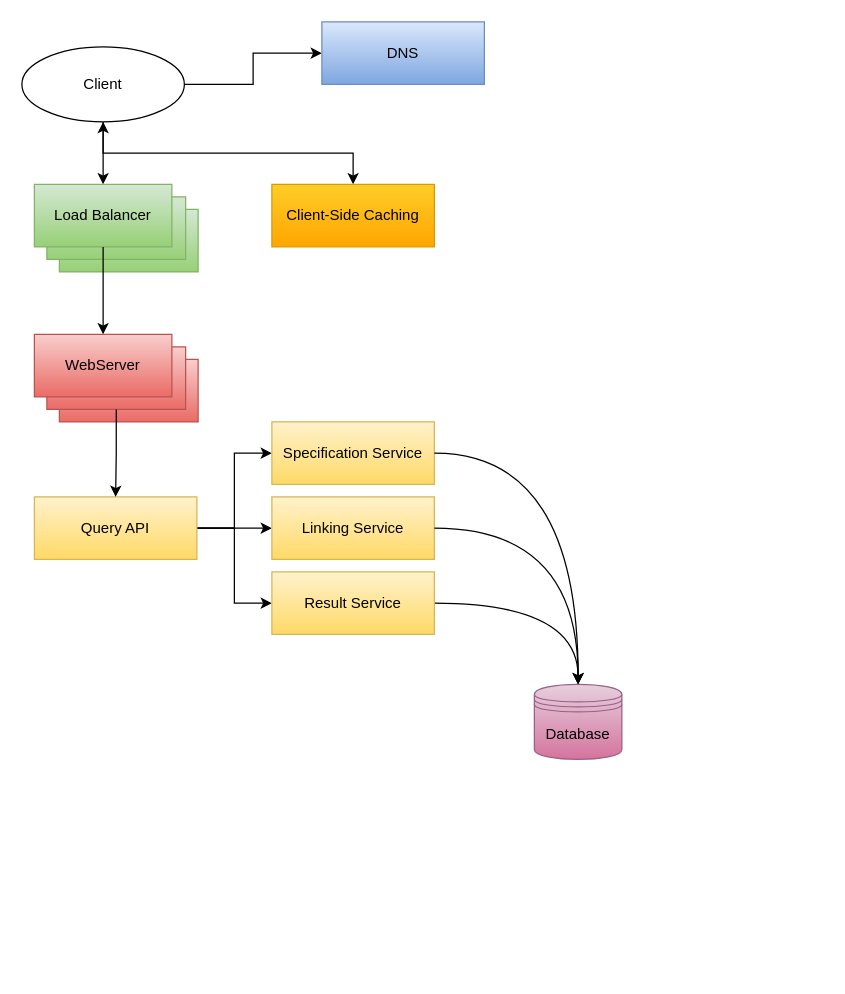
The draw.io diagram Complete.drawio in JienYang91/Keysight-Assessment, before the edit. Source tidied: cells renumbered, new cells numbered last; positions are measured from the earlier drawing's top-left corner, leaving out a move shared by most shapes. Both pictures are drawn from the tidied source at 125%, with x=0, y=0 at pixel (21, 21).
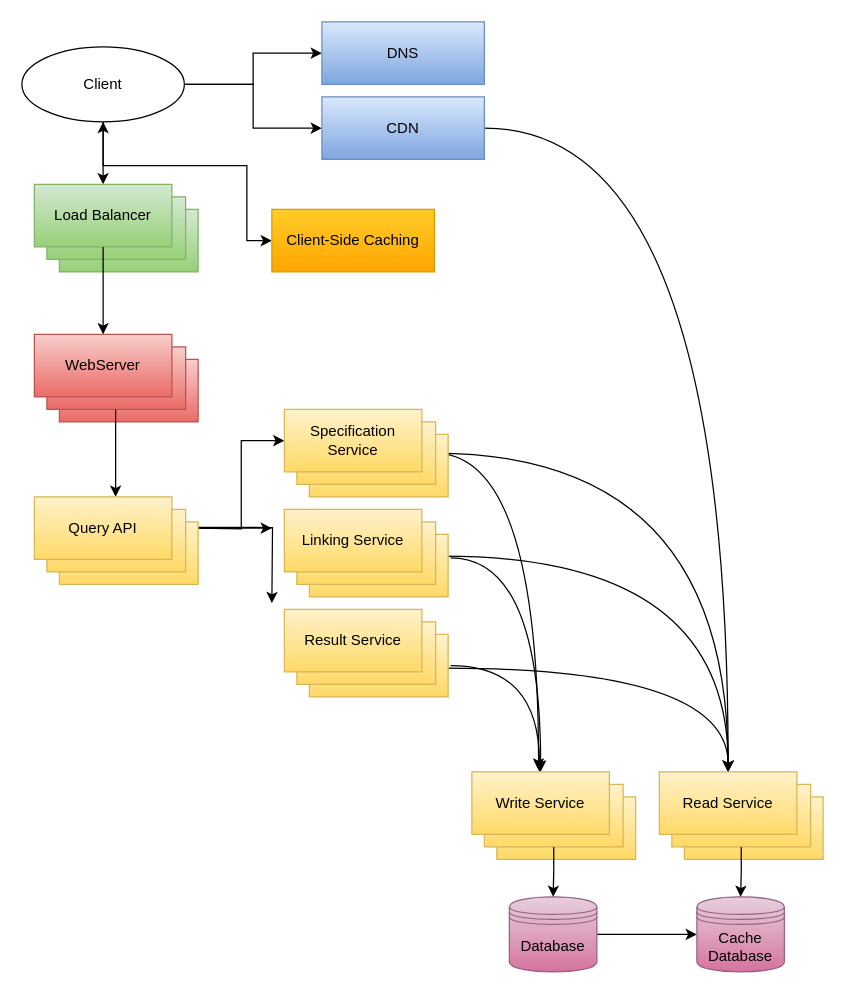
The same page after the edit.

The change refers to these unchanged cells:
```xml
<mxCell id="5" value="Client" style="ellipse;whiteSpace=wrap;html=1;align=center;" parent="1" vertex="1">
  <mxGeometry y="20" width="130" height="60" as="geometry" />
</mxCell>
<mxCell id="19" style="verticalLabelPosition=bottom;verticalAlign=top;html=1;shape=mxgraph.basic.rect;fillColor2=none;strokeWidth=1;size=20;indent=5;fillColor=#f8cecc;strokeColor=#b85450;gradientColor=#ea6b66;" parent="17" vertex="1">
  <mxGeometry x="10" y="10" width="111" height="50" as="geometry" />
</mxCell>
```

Change to the diagram source:
```diff
@@
     <mxCell id="3" style="edgeStyle=orthogonalEdgeStyle;rounded=0;jettySize=auto;html=1;startArrow=classic;startFill=1;exitX=0.5;exitY=1;exitDx=0;exitDy=0;" parent="1" edge="1" source="5" target="25">
-      <mxGeometry relative="1" as="geometry" />
+      <mxGeometry relative="1" as="geometry">
+        <Array as="points">
+          <mxPoint x="65" y="115" />
+          <mxPoint x="180" y="115" />
+          <mxPoint x="180" y="175" />
+        </Array>
+      </mxGeometry>
     </mxCell>
@@
+    <mxCell id="31" style="edgeStyle=orthogonalEdgeStyle;rounded=0;jettySize=auto;html=1;entryX=0;entryY=0.5;entryDx=0;entryDy=0;" parent="1" edge="1" source="5" target="60">
+      <mxGeometry relative="1" as="geometry" />
+    </mxCell>
@@
+    <mxCell id="32" style="edgeStyle=orthogonalEdgeStyle;rounded=0;jettySize=auto;html=1;entryX=0;entryY=0.5;entryDx=0;entryDy=0;" parent="1" edge="1" source="6" target="33">
+      <mxGeometry relative="1" as="geometry" />
+    </mxCell>
     <mxCell id="6" value="Database" style="shape=datastore;whiteSpace=wrap;html=1;fillColor=#e6d0de;strokeColor=#996185;gradientColor=#d5739d;" parent="1" vertex="1">
-      <mxGeometry x="410" y="530" width="70" height="60" as="geometry" />
+      <mxGeometry x="390" y="700" width="70" height="60" as="geometry" />
     </mxCell>
@@
-    <mxCell id="12" style="edgeStyle=orthogonalEdgeStyle;rounded=0;jettySize=auto;html=1;exitX=1;exitY=0.5;exitDx=0;exitDy=0;entryX=0;entryY=0.5;entryDx=0;entryDy=0;" parent="1" edge="1" source="15" target="21">
-      <mxGeometry relative="1" as="geometry" />
+    <mxCell id="12" style="edgeStyle=orthogonalEdgeStyle;rounded=0;jettySize=auto;html=1;exitX=1;exitY=0.5;exitDx=0;exitDy=0;entryX=0;entryY=0.5;entryDx=0;entryDy=0;" parent="1" edge="1" target="21">
+      <mxGeometry relative="1" as="geometry">
+        <mxPoint x="140" y="405" as="sourcePoint" />
+      </mxGeometry>
     </mxCell>
-    <mxCell id="13" style="edgeStyle=orthogonalEdgeStyle;rounded=0;jettySize=auto;html=1;exitX=1;exitY=0.5;exitDx=0;exitDy=0;" parent="1" edge="1" source="15" target="24">
-      <mxGeometry relative="1" as="geometry" />
+    <mxCell id="13" style="edgeStyle=orthogonalEdgeStyle;rounded=0;orthogonalLoop=1;jettySize=auto;html=1;exitX=1;exitY=0.5;exitDx=0;exitDy=0;" parent="1" edge="1">
+      <mxGeometry relative="1" as="geometry">
+        <mxPoint x="140" y="405" as="sourcePoint" />
+        <mxPoint x="200" y="405" as="targetPoint" />
+      </mxGeometry>
     </mxCell>
-    <mxCell id="14" style="edgeStyle=orthogonalEdgeStyle;rounded=0;jettySize=auto;html=1;exitX=1;exitY=0.5;exitDx=0;exitDy=0;entryX=0;entryY=0.5;entryDx=0;entryDy=0;" parent="1" edge="1" source="15" target="23">
-      <mxGeometry relative="1" as="geometry" />
+    <mxCell id="14" style="edgeStyle=orthogonalEdgeStyle;rounded=0;jettySize=auto;html=1;exitX=0.982;exitY=0.089;exitDx=0;exitDy=0;entryX=0;entryY=0.5;entryDx=0;entryDy=0;exitPerimeter=0;" parent="1" edge="1" source="38">
+      <mxGeometry relative="1" as="geometry">
+        <mxPoint x="200" y="465" as="targetPoint" />
+      </mxGeometry>
     </mxCell>
-    <mxCell id="15" value="Query API" style="html=1;whiteSpace=wrap;fillColor=#fff2cc;gradientColor=#ffd966;strokeColor=#d6b656;" parent="1" vertex="1">
-      <mxGeometry x="10" y="380" width="130" height="50" as="geometry" />
-    </mxCell>
@@
-    <mxCell id="21" value="Specification Service" style="html=1;whiteSpace=wrap;fillColor=#fff2cc;gradientColor=#ffd966;strokeColor=#d6b656;" parent="1" vertex="1">
-      <mxGeometry x="200" y="320" width="130" height="50" as="geometry" />
-    </mxCell>
-    <mxCell id="22" style="edgeStyle=orthogonalEdgeStyle;rounded=0;jettySize=auto;html=1;entryX=0.5;entryY=0;entryDx=0;entryDy=0;curved=1;" parent="1" edge="1" source="23" target="6">
-      <mxGeometry relative="1" as="geometry" />
+    <mxCell id="22" style="edgeStyle=orthogonalEdgeStyle;rounded=0;jettySize=auto;html=1;curved=1;exitX=1.018;exitY=0.499;exitDx=0;exitDy=0;exitPerimeter=0;" parent="1" edge="1" source="47">
+      <mxGeometry relative="1" as="geometry">
+        <mxPoint x="414" y="600" as="targetPoint" />
+      </mxGeometry>
     </mxCell>
-    <mxCell id="23" value="Result Service" style="html=1;whiteSpace=wrap;fillColor=#fff2cc;gradientColor=#ffd966;strokeColor=#d6b656;" parent="1" vertex="1">
-      <mxGeometry x="200" y="440" width="130" height="50" as="geometry" />
-    </mxCell>
-    <mxCell id="24" value="Linking Service" style="html=1;whiteSpace=wrap;fillColor=#fff2cc;gradientColor=#ffd966;strokeColor=#d6b656;" parent="1" vertex="1">
-      <mxGeometry x="200" y="380" width="130" height="50" as="geometry" />
-    </mxCell>
     <mxCell id="25" value="Client-Side Caching" style="html=1;whiteSpace=wrap;fillColor=#ffcd28;gradientColor=#ffa500;strokeColor=#d79b00;" parent="1" vertex="1">
-      <mxGeometry x="200" y="130" width="130" height="50" as="geometry" />
+      <mxGeometry x="200" y="150" width="130" height="50" as="geometry" />
     </mxCell>
-    <mxCell id="26" style="edgeStyle=orthogonalEdgeStyle;rounded=0;jettySize=auto;html=1;entryX=0.5;entryY=0;entryDx=0;entryDy=0;" parent="1" edge="1" source="19" target="15">
-      <mxGeometry relative="1" as="geometry" />
+    <mxCell id="26" style="edgeStyle=orthogonalEdgeStyle;rounded=0;jettySize=auto;html=1;entryX=0.5;entryY=0;entryDx=0;entryDy=0;" parent="1" edge="1" source="19">
+      <mxGeometry relative="1" as="geometry">
+        <mxPoint x="75" y="380" as="targetPoint" />
+      </mxGeometry>
     </mxCell>
@@
-    <mxCell id="28" style="edgeStyle=orthogonalEdgeStyle;rounded=0;jettySize=auto;html=1;entryX=0.5;entryY=0;entryDx=0;entryDy=0;curved=1;exitX=1;exitY=0.5;exitDx=0;exitDy=0;" parent="1" edge="1" source="24" target="6">
+    <mxCell id="28" style="edgeStyle=orthogonalEdgeStyle;rounded=0;jettySize=auto;html=1;curved=1;exitX=1.018;exitY=0.375;exitDx=0;exitDy=0;exitPerimeter=0;" parent="1" edge="1" source="44" target="52">
       <mxGeometry relative="1" as="geometry" />
     </mxCell>
-    <mxCell id="29" style="edgeStyle=orthogonalEdgeStyle;rounded=0;jettySize=auto;html=1;entryX=0.5;entryY=0;entryDx=0;entryDy=0;curved=1;exitX=1;exitY=0.5;exitDx=0;exitDy=0;" parent="1" edge="1" source="21" target="6">
-      <mxGeometry relative="1" as="geometry" />
+    <mxCell id="29" style="edgeStyle=orthogonalEdgeStyle;rounded=0;jettySize=auto;html=1;entryX=0.485;entryY=-0.039;entryDx=0;entryDy=0;curved=1;exitX=1;exitY=0.5;exitDx=0;exitDy=0;entryPerimeter=0;" parent="1" edge="1" target="52">
+      <mxGeometry relative="1" as="geometry">
+        <mxPoint x="330" y="345" as="sourcePoint" />
+      </mxGeometry>
     </mxCell>
@@
+    <mxCell id="33" value="Cache Database" style="shape=datastore;whiteSpace=wrap;html=1;fillColor=#e6d0de;strokeColor=#996185;gradientColor=#d5739d;" parent="1" vertex="1">
+      <mxGeometry x="540" y="700" width="70" height="60" as="geometry" />
+    </mxCell>
+    <mxCell id="34" style="edgeStyle=orthogonalEdgeStyle;rounded=0;jettySize=auto;html=1;curved=1;exitX=1;exitY=0.5;exitDx=0;exitDy=0;entryX=0.5;entryY=0;entryDx=0;entryDy=0;" parent="1" edge="1" target="56">
+      <mxGeometry relative="1" as="geometry">
+        <mxPoint x="330" y="345" as="sourcePoint" />
+      </mxGeometry>
+    </mxCell>
+    <mxCell id="35" style="edgeStyle=orthogonalEdgeStyle;rounded=0;jettySize=auto;html=1;curved=1;exitX=0.999;exitY=0.541;exitDx=0;exitDy=0;exitPerimeter=0;entryX=0.5;entryY=0;entryDx=0;entryDy=0;" parent="1" edge="1" target="56">
+      <mxGeometry relative="1" as="geometry">
+        <mxPoint x="341" y="517" as="sourcePoint" />
+      </mxGeometry>
+    </mxCell>
+    <mxCell id="36" style="edgeStyle=orthogonalEdgeStyle;rounded=0;jettySize=auto;html=1;curved=1;exitX=0.968;exitY=0.348;exitDx=0;exitDy=0;exitPerimeter=0;" parent="1" edge="1" source="44" target="56">
+      <mxGeometry relative="1" as="geometry" />
+    </mxCell>
+    <mxCell id="37" style="group;" parent="1" vertex="1">
+      <mxGeometry x="10" y="380" width="131" height="70" as="geometry" />
+    </mxCell>
+    <mxCell id="38" style="verticalLabelPosition=bottom;verticalAlign=top;html=1;shape=mxgraph.basic.rect;fillColor2=none;strokeWidth=1;size=20;indent=5;fillColor=#fff2cc;strokeColor=#d6b656;gradientColor=#ffd966;" parent="37" vertex="1">
+      <mxGeometry x="20" y="20" width="111" height="50" as="geometry" />
+    </mxCell>
+    <mxCell id="39" style="verticalLabelPosition=bottom;verticalAlign=top;html=1;shape=mxgraph.basic.rect;fillColor2=none;strokeWidth=1;size=20;indent=5;fillColor=#fff2cc;strokeColor=#d6b656;gradientColor=#ffd966;" parent="37" vertex="1">
+      <mxGeometry x="10" y="10" width="111" height="50" as="geometry" />
+    </mxCell>
+    <mxCell id="15" value="Query API" style="html=1;whiteSpace=wrap;fillColor=#fff2cc;strokeColor=#d6b656;gradientColor=#ffd966;" parent="37" vertex="1">
+      <mxGeometry width="110" height="50" as="geometry" />
+    </mxCell>
+    <mxCell id="40" style="group;" parent="1" vertex="1">
+      <mxGeometry x="210" y="310" width="131" height="70" as="geometry" />
+    </mxCell>
+    <mxCell id="41" style="verticalLabelPosition=bottom;verticalAlign=top;html=1;shape=mxgraph.basic.rect;fillColor2=none;strokeWidth=1;size=20;indent=5;fillColor=#fff2cc;strokeColor=#d6b656;gradientColor=#ffd966;" parent="40" vertex="1">
+      <mxGeometry x="20" y="20" width="111" height="50" as="geometry" />
+    </mxCell>
+    <mxCell id="42" style="verticalLabelPosition=bottom;verticalAlign=top;html=1;shape=mxgraph.basic.rect;fillColor2=none;strokeWidth=1;size=20;indent=5;fillColor=#fff2cc;strokeColor=#d6b656;gradientColor=#ffd966;" parent="40" vertex="1">
+      <mxGeometry x="10" y="10" width="111" height="50" as="geometry" />
+    </mxCell>
+    <mxCell id="21" value="Specification Service" style="html=1;whiteSpace=wrap;fillColor=#fff2cc;strokeColor=#d6b656;gradientColor=#ffd966;" parent="40" vertex="1">
+      <mxGeometry width="110" height="50" as="geometry" />
+    </mxCell>
+    <mxCell id="43" style="group;" parent="1" vertex="1">
+      <mxGeometry x="210" y="390" width="131" height="70" as="geometry" />
+    </mxCell>
+    <mxCell id="44" style="verticalLabelPosition=bottom;verticalAlign=top;html=1;shape=mxgraph.basic.rect;fillColor2=none;strokeWidth=1;size=20;indent=5;fillColor=#fff2cc;strokeColor=#d6b656;gradientColor=#ffd966;" parent="43" vertex="1">
+      <mxGeometry x="20" y="20" width="111" height="50" as="geometry" />
+    </mxCell>
+    <mxCell id="45" style="verticalLabelPosition=bottom;verticalAlign=top;html=1;shape=mxgraph.basic.rect;fillColor2=none;strokeWidth=1;size=20;indent=5;fillColor=#fff2cc;strokeColor=#d6b656;gradientColor=#ffd966;" parent="43" vertex="1">
+      <mxGeometry x="10" y="10" width="111" height="50" as="geometry" />
+    </mxCell>
+    <mxCell id="24" value="Linking Service" style="html=1;whiteSpace=wrap;fillColor=#fff2cc;strokeColor=#d6b656;gradientColor=#ffd966;" parent="43" vertex="1">
+      <mxGeometry width="110" height="50" as="geometry" />
+    </mxCell>
+    <mxCell id="46" style="group;" parent="1" vertex="1">
+      <mxGeometry x="210" y="470" width="131" height="70" as="geometry" />
+    </mxCell>
+    <mxCell id="47" style="verticalLabelPosition=bottom;verticalAlign=top;html=1;shape=mxgraph.basic.rect;fillColor2=none;strokeWidth=1;size=20;indent=5;fillColor=#fff2cc;strokeColor=#d6b656;gradientColor=#ffd966;" parent="46" vertex="1">
+      <mxGeometry x="20" y="20" width="111" height="50" as="geometry" />
+    </mxCell>
+    <mxCell id="48" style="verticalLabelPosition=bottom;verticalAlign=top;html=1;shape=mxgraph.basic.rect;fillColor2=none;strokeWidth=1;size=20;indent=5;fillColor=#fff2cc;strokeColor=#d6b656;gradientColor=#ffd966;" parent="46" vertex="1">
+      <mxGeometry x="10" y="10" width="111" height="50" as="geometry" />
+    </mxCell>
+    <mxCell id="23" value="Result Service" style="html=1;whiteSpace=wrap;fillColor=#fff2cc;strokeColor=#d6b656;gradientColor=#ffd966;" parent="46" vertex="1">
+      <mxGeometry width="110" height="50" as="geometry" />
+    </mxCell>
+    <mxCell id="49" style="group;" parent="1" vertex="1">
+      <mxGeometry x="360" y="600" width="131" height="70" as="geometry" />
+    </mxCell>
+    <mxCell id="50" style="verticalLabelPosition=bottom;verticalAlign=top;html=1;shape=mxgraph.basic.rect;fillColor2=none;strokeWidth=1;size=20;indent=5;fillColor=#fff2cc;strokeColor=#d6b656;gradientColor=#ffd966;" parent="49" vertex="1">
+      <mxGeometry x="20" y="20" width="111" height="50" as="geometry" />
+    </mxCell>
+    <mxCell id="51" style="verticalLabelPosition=bottom;verticalAlign=top;html=1;shape=mxgraph.basic.rect;fillColor2=none;strokeWidth=1;size=20;indent=5;fillColor=#fff2cc;strokeColor=#d6b656;gradientColor=#ffd966;" parent="49" vertex="1">
+      <mxGeometry x="10" y="10" width="111" height="50" as="geometry" />
+    </mxCell>
+    <mxCell id="52" value="Write Service" style="html=1;whiteSpace=wrap;fillColor=#fff2cc;strokeColor=#d6b656;gradientColor=#ffd966;" parent="49" vertex="1">
+      <mxGeometry width="110" height="50" as="geometry" />
+    </mxCell>
+    <mxCell id="53" style="group;" parent="1" vertex="1">
+      <mxGeometry x="510" y="600" width="131" height="70" as="geometry" />
+    </mxCell>
+    <mxCell id="54" style="verticalLabelPosition=bottom;verticalAlign=top;html=1;shape=mxgraph.basic.rect;fillColor2=none;strokeWidth=1;size=20;indent=5;fillColor=#fff2cc;strokeColor=#d6b656;gradientColor=#ffd966;" parent="53" vertex="1">
+      <mxGeometry x="20" y="20" width="111" height="50" as="geometry" />
+    </mxCell>
+    <mxCell id="55" style="verticalLabelPosition=bottom;verticalAlign=top;html=1;shape=mxgraph.basic.rect;fillColor2=none;strokeWidth=1;size=20;indent=5;fillColor=#fff2cc;strokeColor=#d6b656;gradientColor=#ffd966;" parent="53" vertex="1">
+      <mxGeometry x="10" y="10" width="111" height="50" as="geometry" />
+    </mxCell>
+    <mxCell id="56" value="Read Service" style="html=1;whiteSpace=wrap;fillColor=#fff2cc;strokeColor=#d6b656;gradientColor=#ffd966;" parent="53" vertex="1">
+      <mxGeometry width="110" height="50" as="geometry" />
+    </mxCell>
+    <mxCell id="57" style="edgeStyle=orthogonalEdgeStyle;rounded=0;jettySize=auto;html=1;entryX=0.5;entryY=0;entryDx=0;entryDy=0;" parent="1" edge="1" source="51" target="6">
+      <mxGeometry relative="1" as="geometry" />
+    </mxCell>
+    <mxCell id="58" style="edgeStyle=orthogonalEdgeStyle;rounded=0;jettySize=auto;html=1;" parent="1" edge="1" source="55" target="33">
+      <mxGeometry relative="1" as="geometry" />
+    </mxCell>
+    <mxCell id="59" style="edgeStyle=orthogonalEdgeStyle;rounded=0;jettySize=auto;html=1;entryX=0.5;entryY=0;entryDx=0;entryDy=0;startArrow=none;startFill=0;curved=1;" parent="1" edge="1" source="60" target="56">
+      <mxGeometry relative="1" as="geometry" />
+    </mxCell>
+    <mxCell id="60" value="CDN" style="html=1;whiteSpace=wrap;fillColor=#dae8fc;gradientColor=#7ea6e0;strokeColor=#6c8ebf;" parent="1" vertex="1">
+      <mxGeometry x="240" y="60" width="130" height="50" as="geometry" />
+    </mxCell>
```
